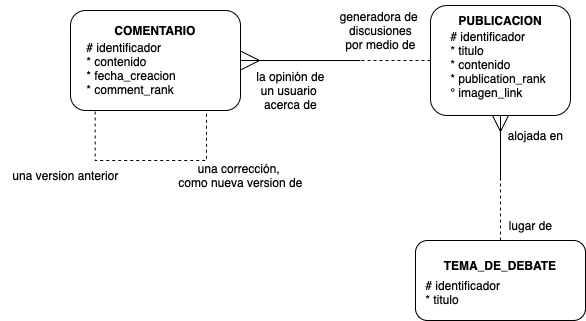
Earlier version of the draw.io export modelo.png (danielcorrea256/trabajodb). Source tidied: cells renumbered, new cells last; positions are measured from the earlier drawing's top-left corner, leaving out a move shared by most shapes.
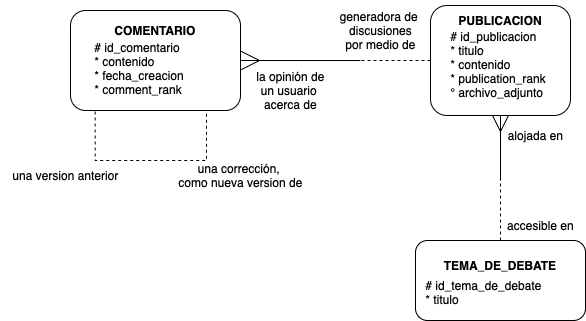
The same file after the commit.

What changed in the source:
```diff
@@ -13,7 +13,7 @@
     <mxCell id="4" value="TEMA_DE_DEBATE" style="text;html=1;align=center;verticalAlign=middle;whiteSpace=wrap;rounded=0;fontStyle=1;" parent="1" vertex="1">
       <mxGeometry x="415" y="250" width="170" height="30" as="geometry" />
     </mxCell>
-    <mxCell id="5" value="&amp;nbsp;# identificador&lt;div&gt;&amp;nbsp;* titulo&lt;/div&gt;" style="text;html=1;align=left;verticalAlign=middle;whiteSpace=wrap;rounded=0;fontStyle=0;" parent="1" vertex="1">
+    <mxCell id="5" value="&amp;nbsp;# id_tema_de_debate&lt;div&gt;&amp;nbsp;* titulo&lt;/div&gt;" style="text;html=1;align=left;verticalAlign=middle;whiteSpace=wrap;rounded=0;fontStyle=0;" parent="1" vertex="1">
       <mxGeometry x="420" y="270" width="160" height="43" as="geometry" />
     </mxCell>
     <mxCell id="6" style="edgeStyle=orthogonalEdgeStyle;rounded=0;jettySize=auto;html=1;startArrow=ERmany;startFill=0;endArrow=none;startSize=14;" parent="1" edge="1" source="8">
@@ -32,7 +32,7 @@
     <mxCell id="9" value="PUBLICACION" style="text;html=1;align=center;verticalAlign=middle;whiteSpace=wrap;rounded=0;fontStyle=1;" parent="1" vertex="1">
       <mxGeometry x="430" y="5" width="140" height="30" as="geometry" />
     </mxCell>
-    <mxCell id="10" value="&amp;nbsp;# identificador&lt;div&gt;&amp;nbsp;* titulo&lt;/div&gt;&lt;div&gt;&amp;nbsp;* contenido&lt;/div&gt;&lt;div&gt;&amp;nbsp;* publication_rank&lt;br&gt;&lt;/div&gt;&lt;div&gt;&lt;div&gt;&amp;nbsp;° imagen_link&lt;/div&gt;&lt;/div&gt;" style="text;html=1;align=left;verticalAlign=middle;whiteSpace=wrap;rounded=0;fontStyle=0;" parent="1" vertex="1">
+    <mxCell id="10" value="&amp;nbsp;# id_publicacion&lt;div&gt;&amp;nbsp;* titulo&lt;/div&gt;&lt;div&gt;&amp;nbsp;* contenido&lt;/div&gt;&lt;div&gt;&amp;nbsp;* publication_rank&lt;br&gt;&lt;/div&gt;&lt;div&gt;&lt;div&gt;&amp;nbsp;° archivo_adjunto&lt;/div&gt;&lt;/div&gt;" style="text;html=1;align=left;verticalAlign=middle;whiteSpace=wrap;rounded=0;fontStyle=0;" parent="1" vertex="1">
       <mxGeometry x="445" y="32.5" width="110" height="62.5" as="geometry" />
     </mxCell>
     <mxCell id="11" style="edgeStyle=orthogonalEdgeStyle;rounded=0;jettySize=auto;html=1;endArrow=none;startFill=0;startArrow=ERmany;sourcePerimeterSpacing=0;targetPerimeterSpacing=0;endSize=6;startSize=17;" parent="1" edge="1" source="12">
@@ -51,17 +51,14 @@
         </Array>
       </mxGeometry>
     </mxCell>
-    <mxCell id="14" value="&amp;nbsp;# identificador&lt;div&gt;&amp;nbsp;* contenido&lt;/div&gt;&lt;div&gt;&amp;nbsp;* fecha_creacion&lt;br&gt;&lt;/div&gt;&lt;div&gt;&amp;nbsp;* comment_rank&lt;/div&gt;&lt;div&gt;&lt;br&gt;&lt;/div&gt;" style="text;html=1;align=left;verticalAlign=middle;whiteSpace=wrap;rounded=0;fontStyle=0;" parent="1" vertex="1">
-      <mxGeometry x="81.2" y="45" width="132.5" height="60" as="geometry" />
-    </mxCell>
     <mxCell id="15" value="COMENTARIO" style="text;html=1;align=center;verticalAlign=middle;whiteSpace=wrap;rounded=0;fontStyle=1;" parent="1" vertex="1">
       <mxGeometry x="55" y="15" width="200" height="30" as="geometry" />
     </mxCell>
     <mxCell id="16" value="alojada en" style="text;html=1;align=center;verticalAlign=middle;strokeColor=none;fillColor=none;" parent="1" vertex="1">
       <mxGeometry x="495" y="120" width="80" height="30" as="geometry" />
     </mxCell>
-    <mxCell id="17" value="lugar de" style="text;html=1;align=center;verticalAlign=middle;strokeColor=none;fillColor=none;" parent="1" vertex="1">
-      <mxGeometry x="495" y="210" width="70" height="30" as="geometry" />
+    <mxCell id="17" value="accesible en" style="text;html=1;align=center;verticalAlign=middle;strokeColor=none;fillColor=none;" parent="1" vertex="1">
+      <mxGeometry x="495" y="210" width="90" height="30" as="geometry" />
     </mxCell>
     <mxCell id="18" value="generadora de&amp;nbsp;&lt;div&gt;discusiones&lt;div&gt;por medio de&lt;/div&gt;&lt;/div&gt;" style="text;html=1;align=center;verticalAlign=middle;strokeColor=none;fillColor=none;" parent="1" vertex="1">
       <mxGeometry x="330" width="100" height="60" as="geometry" />
@@ -75,5 +72,8 @@
     <mxCell id="21" value="una version anterior" style="text;html=1;align=center;verticalAlign=middle;strokeColor=none;fillColor=none;" parent="1" vertex="1">
       <mxGeometry y="160" width="130" height="30" as="geometry" />
     </mxCell>
+    <mxCell id="22" value="&amp;nbsp;# id_comentario&lt;div&gt;&amp;nbsp;* contenido&lt;/div&gt;&lt;div&gt;&amp;nbsp;* fecha_creacion&lt;br&gt;&lt;/div&gt;&lt;div&gt;&amp;nbsp;* comment_rank&lt;/div&gt;&lt;div&gt;&lt;br&gt;&lt;/div&gt;" style="text;html=1;align=left;verticalAlign=middle;whiteSpace=wrap;rounded=0;fontStyle=0;" parent="1" vertex="1">
+      <mxGeometry x="88.8" y="45" width="132.5" height="60" as="geometry" />
+    </mxCell>
   </root>
 </mxGraphModel>
```
